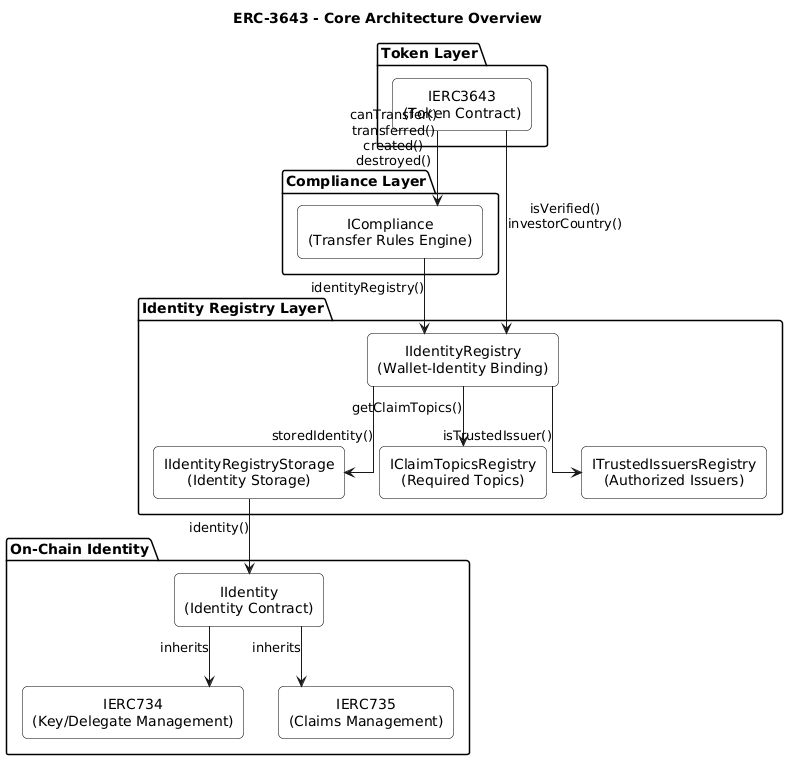
Earlier version of the PlantUML export docs/diagrams/ERC-3643/erc3643_core_architecture.png (red-isbe/isbe-contracts). Its diagram source:
```plantuml
@startuml
title ERC-3643 - Core Architecture Overview

skinparam linetype ortho
skinparam shadowing false
skinparam defaultTextAlignment center
skinparam rectangle {
  BackgroundColor white
  BorderColor black
  RoundCorner 10
}

package "Token Layer" {
  rectangle Token as "IERC3643\n(Token Contract)"
}

package "Compliance Layer" {
  rectangle Compliance as "ICompliance\n(Transfer Rules Engine)"
}

package "Identity Registry Layer" {
  rectangle IdentityRegistry as "IIdentityRegistry\n(Wallet-Identity Binding)"
  rectangle IdentityStorage as "IIdentityRegistryStorage\n(Identity Storage)"
  rectangle ClaimTopics as "IClaimTopicsRegistry\n(Required Topics)"
  rectangle TrustedIssuers as "ITrustedIssuersRegistry\n(Authorized Issuers)"
}

package "On-Chain Identity" {
  rectangle Identity as "IIdentity\n(Identity Contract)"
  rectangle ERC734 as "IERC734\n(Key/Delegate Management)"
  rectangle ERC735 as "IERC735\n(Claims Management)"
}

Token --> Compliance : canTransfer()\ntransferred()\ncreated()\ndestroyed()
Token --> IdentityRegistry : isVerified()\ninvestorCountry()

Compliance --> IdentityRegistry : identityRegistry()

IdentityRegistry --> IdentityStorage : storedIdentity()
IdentityRegistry --> ClaimTopics : getClaimTopics()
IdentityRegistry --> TrustedIssuers : isTrustedIssuer()

IdentityStorage --> Identity : identity()

Identity --> ERC734 : inherits
Identity --> ERC735 : inherits
@enduml
```
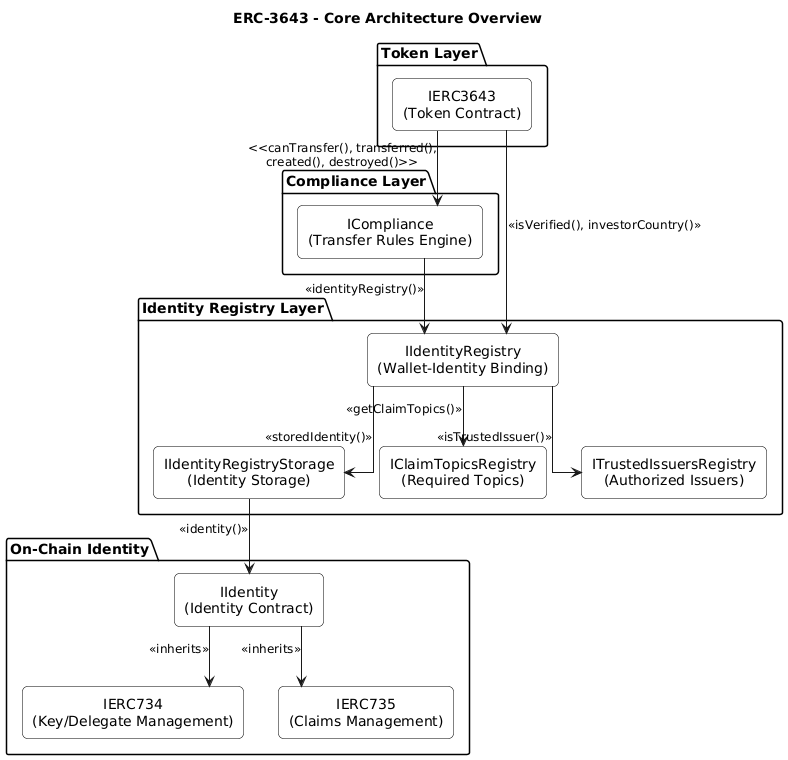
After the change.

Change to the diagram source:
```diff
@@ -4,6 +4,7 @@
 skinparam linetype ortho
 skinparam shadowing false
 skinparam defaultTextAlignment center
+skinparam ArrowFontSize 12
 skinparam rectangle {
   BackgroundColor white
   BorderColor black
@@ -31,17 +32,17 @@
   rectangle ERC735 as "IERC735\n(Claims Management)"
 }
 
-Token --> Compliance : canTransfer()\ntransferred()\ncreated()\ndestroyed()
-Token --> IdentityRegistry : isVerified()\ninvestorCountry()
+Token --> Compliance : <<canTransfer(), transferred(),\ncreated(), destroyed()>>
+Token --> IdentityRegistry : <<isVerified(), investorCountry()>>
 
-Compliance --> IdentityRegistry : identityRegistry()
+Compliance --> IdentityRegistry : <<identityRegistry()>>
 
-IdentityRegistry --> IdentityStorage : storedIdentity()
-IdentityRegistry --> ClaimTopics : getClaimTopics()
-IdentityRegistry --> TrustedIssuers : isTrustedIssuer()
+IdentityRegistry --> IdentityStorage : <<storedIdentity()>>
+IdentityRegistry --> ClaimTopics : <<getClaimTopics()>>
+IdentityRegistry --> TrustedIssuers : <<isTrustedIssuer()>>
 
-IdentityStorage --> Identity : identity()
+IdentityStorage --> Identity : <<identity()>>
 
-Identity --> ERC734 : inherits
-Identity --> ERC735 : inherits
+Identity --> ERC734 : <<inherits>>
+Identity --> ERC735 : <<inherits>>
 @enduml
```
